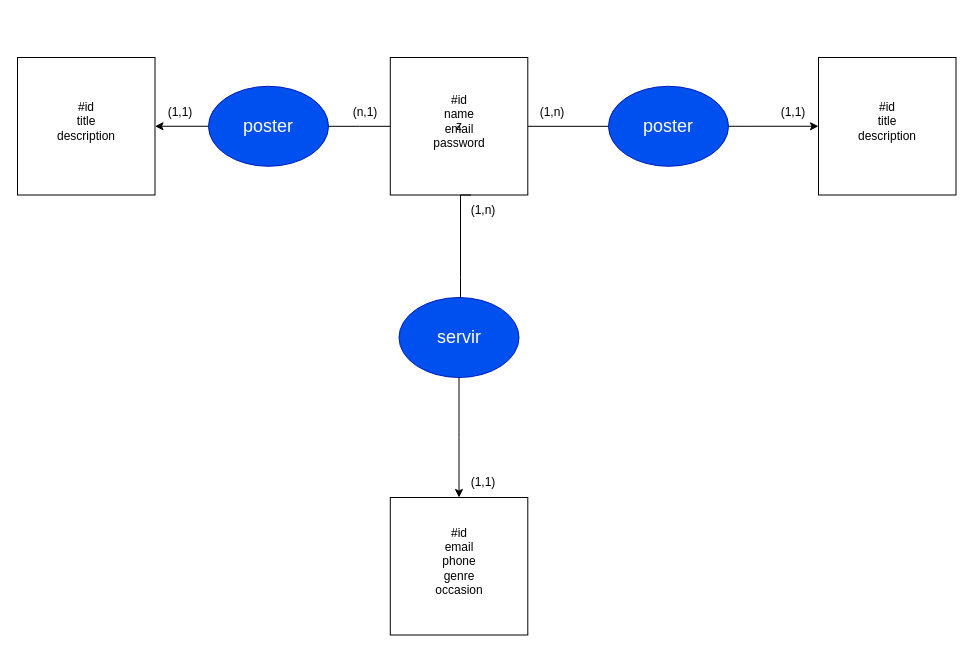
Douaa19/PFR keeps this draw.io diagram as Conseption/Back/Merise/MCD.dio. Above is the earlier version. Source tidied: cells renumbered, new cells numbered last; positions are measured from the earlier drawing's top-left corner, leaving out a move shared by most shapes. Both pictures are drawn from the tidied source at 100%, with x=0, y=0 at pixel (-462, -52).
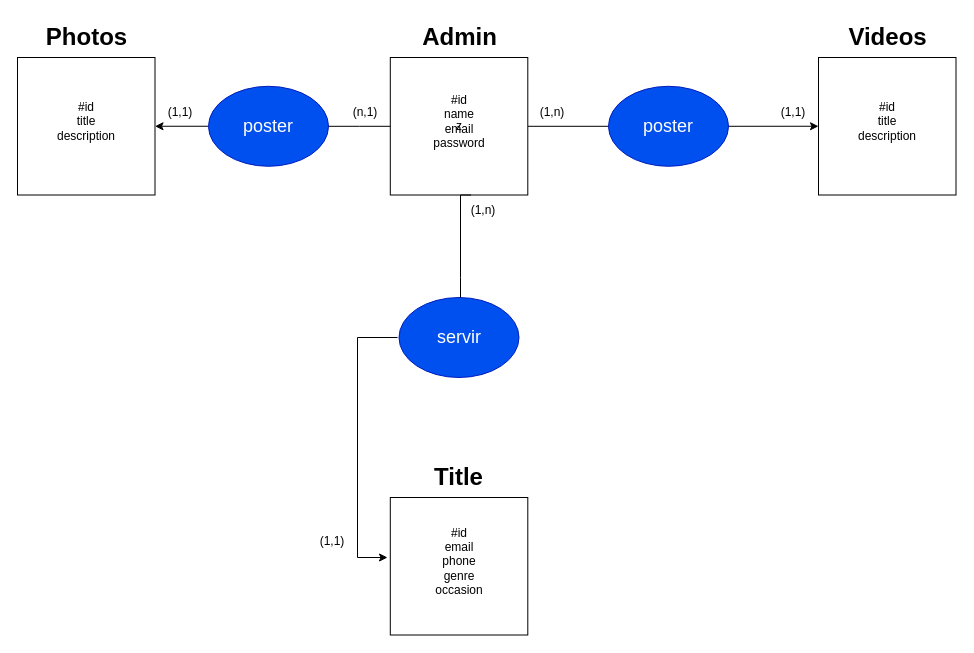
The same diagram, later.

Commit message (it also covers changes not shown here):
ModificationsBack-End

Unchanged cells that the change refers to:
```xml
<mxCell id="23" value="&lt;font style=&quot;font-size: 18px&quot;&gt;servir&lt;/font&gt;" style="ellipse;whiteSpace=wrap;html=1;fillColor=#0050ef;strokeColor=#001DBC;fontColor=#ffffff;" parent="1" vertex="1">
  <mxGeometry x="860.5" y="349" width="120" height="80" as="geometry" />
</mxCell>
```

Change to the diagram source:
```diff
@@
-    <mxCell id="7" style="edgeStyle=orthogonalEdgeStyle;rounded=0;jettySize=auto;html=1;startArrow=none;entryX=0.5;entryY=0;entryDx=0;entryDy=0;" parent="1" edge="1" source="23">
+    <mxCell id="7" style="edgeStyle=orthogonalEdgeStyle;rounded=0;orthogonalLoop=1;jettySize=auto;html=1;startArrow=none;" parent="1" edge="1">
       <mxGeometry relative="1" as="geometry">
-        <mxPoint x="920.5" y="549" as="targetPoint" />
+        <mxPoint x="859" y="389" as="sourcePoint" />
+        <mxPoint x="849" y="609" as="targetPoint" />
+        <Array as="points">
+          <mxPoint x="819" y="389" />
+          <mxPoint x="819" y="609" />
+        </Array>
       </mxGeometry>
     </mxCell>
@@
     <mxCell id="11" value="(1,1)" style="text;html=1;strokeColor=none;fillColor=none;align=center;verticalAlign=middle;whiteSpace=wrap;rounded=0;" parent="1" vertex="1">
-      <mxGeometry x="920" y="519" width="50" height="30" as="geometry" />
+      <mxGeometry x="769" y="577.8" width="50" height="30" as="geometry" />
     </mxCell>
@@
+    <mxCell id="25" value="Photos" style="text;strokeColor=none;fillColor=none;html=1;fontSize=24;fontStyle=1;verticalAlign=middle;align=center;" parent="1" vertex="1">
+      <mxGeometry x="497.8" y="69" width="100" height="40" as="geometry" />
+    </mxCell>
+    <mxCell id="26" value="Videos" style="text;strokeColor=none;fillColor=none;html=1;fontSize=24;fontStyle=1;verticalAlign=middle;align=center;" parent="1" vertex="1">
+      <mxGeometry x="1298.8" y="69" width="100" height="40" as="geometry" />
+    </mxCell>
+    <mxCell id="27" value="Title" style="text;strokeColor=none;fillColor=none;html=1;fontSize=24;fontStyle=1;verticalAlign=middle;align=center;" parent="1" vertex="1">
+      <mxGeometry x="870" y="509" width="100" height="40" as="geometry" />
+    </mxCell>
+    <mxCell id="28" value="Admin" style="text;strokeColor=none;fillColor=none;html=1;fontSize=24;fontStyle=1;verticalAlign=middle;align=center;" parent="1" vertex="1">
+      <mxGeometry x="870.5" y="69" width="100" height="40" as="geometry" />
+    </mxCell>
```
